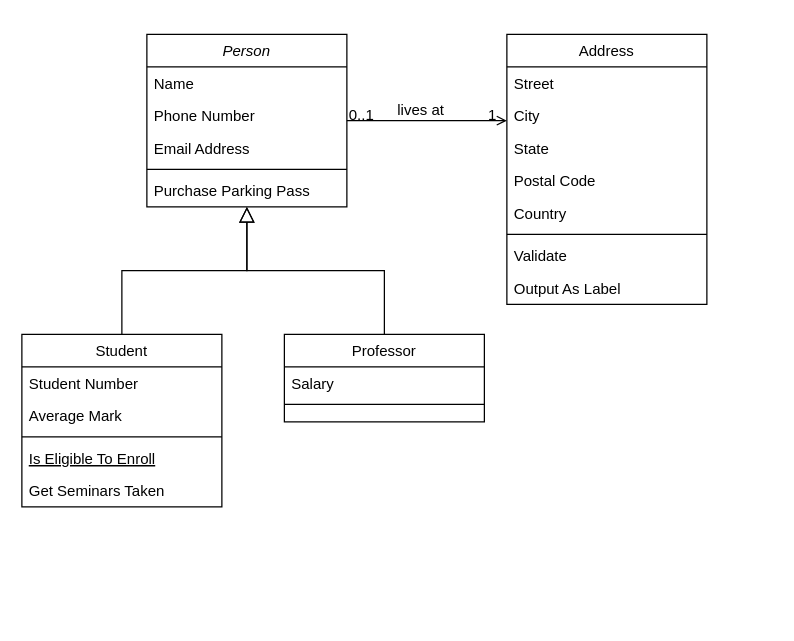
Earlier version of the draw.io diagram employee relational.drawio (Collins07/Employee-data). Source tidied: cells renumbered, new cells numbered last; positions are measured from the earlier drawing's top-left corner, leaving out a move shared by most shapes. Both pictures are drawn from the tidied source at 125%, with x=0, y=0 at pixel (21, 34).
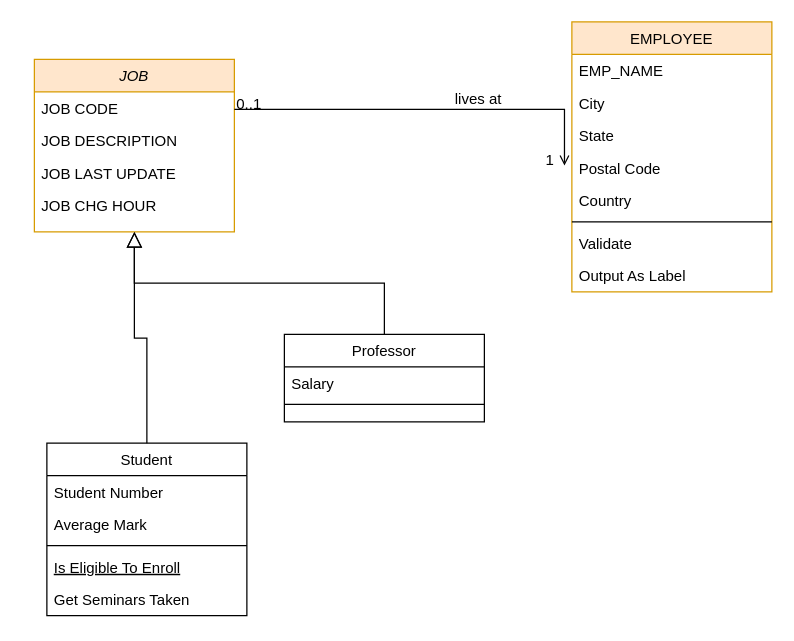
After the change.

Unchanged cells that the change refers to:
```xml
<mxCell id="23" value="Postal Code" style="text;align=left;verticalAlign=top;spacingLeft=4;spacingRight=4;overflow=hidden;points=[[0,0.5],[1,0.5]];portConstraint=eastwest;rounded=0;shadow=0;html=0;" parent="19" vertex="1">
  <mxGeometry y="104" width="160" height="26" as="geometry" />
</mxCell>
```

What changed in the source:
```diff
@@
-    <mxCell id="2" value="Person" style="swimlane;fontStyle=2;align=center;verticalAlign=top;horizontal=1;startSize=26;rounded=0;shadow=0;strokeWidth=1;" parent="1" vertex="1">
-      <mxGeometry x="100" width="160" height="138" as="geometry" />
+    <mxCell id="2" value="JOB" style="swimlane;fontStyle=2;align=center;verticalAlign=top;horizontal=1;startSize=26;rounded=0;shadow=0;strokeWidth=1;fillColor=#ffe6cc;strokeColor=#d79b00;" parent="1" vertex="1">
+      <mxGeometry x="10" y="20" width="160" height="138" as="geometry" />
     </mxCell>
-    <mxCell id="3" value="Name" style="text;align=left;verticalAlign=top;spacingLeft=4;spacingRight=4;overflow=hidden;" parent="2" vertex="1">
-      <mxGeometry y="26" width="160" height="26" as="geometry" />
-    </mxCell>
-    <mxCell id="4" value="Phone Number" style="text;align=left;verticalAlign=top;spacingLeft=4;spacingRight=4;overflow=hidden;rounded=0;shadow=0;html=0;" parent="2" vertex="1">
-      <mxGeometry y="52" width="160" height="26" as="geometry" />
+    <mxCell id="4" value="JOB CODE" style="text;align=left;verticalAlign=top;spacingLeft=4;spacingRight=4;overflow=hidden;rounded=0;shadow=0;html=0;" parent="2" vertex="1">
+      <mxGeometry y="26" width="160" height="26" as="geometry" />
     </mxCell>
-    <mxCell id="5" value="Email Address" style="text;align=left;verticalAlign=top;spacingLeft=4;spacingRight=4;overflow=hidden;rounded=0;shadow=0;html=0;" parent="2" vertex="1">
-      <mxGeometry y="78" width="160" height="26" as="geometry" />
+    <mxCell id="5" value="JOB DESCRIPTION" style="text;align=left;verticalAlign=top;spacingLeft=4;spacingRight=4;overflow=hidden;rounded=0;shadow=0;html=0;" parent="2" vertex="1">
+      <mxGeometry y="52" width="160" height="26" as="geometry" />
     </mxCell>
-    <mxCell id="6" style="line;html=1;strokeWidth=1;align=left;verticalAlign=middle;spacingTop=-1;spacingLeft=3;spacingRight=3;labelPosition=right;" parent="2" vertex="1">
-      <mxGeometry y="104" width="160" height="8" as="geometry" />
-    </mxCell>
+    <mxCell id="32" value="JOB LAST UPDATE" style="text;align=left;verticalAlign=top;spacingLeft=4;spacingRight=4;overflow=hidden;" parent="2" vertex="1">
+      <mxGeometry y="78" width="160" height="26" as="geometry" />
+    </mxCell>
-    <mxCell id="7" value="Purchase Parking Pass" style="text;align=left;verticalAlign=top;spacingLeft=4;spacingRight=4;overflow=hidden;" parent="2" vertex="1">
-      <mxGeometry y="112" width="160" height="26" as="geometry" />
+    <mxCell id="7" value="JOB CHG HOUR" style="text;align=left;verticalAlign=top;spacingLeft=4;spacingRight=4;overflow=hidden;" parent="2" vertex="1">
+      <mxGeometry y="104" width="160" height="26" as="geometry" />
     </mxCell>
     <mxCell id="8" value="Student" style="swimlane;fontStyle=0;align=center;verticalAlign=top;horizontal=1;startSize=26;rounded=0;shadow=0;strokeWidth=1;" parent="1" vertex="1">
-      <mxGeometry y="240" width="160" height="138" as="geometry" />
+      <mxGeometry x="20" y="327" width="160" height="138" as="geometry" />
     </mxCell>
@@
-    <mxCell id="19" value="Address" style="swimlane;fontStyle=0;align=center;verticalAlign=top;horizontal=1;startSize=26;rounded=0;shadow=0;strokeWidth=1;" parent="1" vertex="1">
-      <mxGeometry x="388" width="160" height="216" as="geometry" />
+    <mxCell id="19" value="EMPLOYEE" style="swimlane;fontStyle=0;align=center;verticalAlign=top;horizontal=1;startSize=26;rounded=0;shadow=0;strokeWidth=1;fillColor=#ffe6cc;strokeColor=#d79b00;" parent="1" vertex="1">
+      <mxGeometry x="440" y="-10" width="160" height="216" as="geometry" />
     </mxCell>
-    <mxCell id="20" value="Street" style="text;align=left;verticalAlign=top;spacingLeft=4;spacingRight=4;overflow=hidden;" parent="19" vertex="1">
+    <mxCell id="20" value="EMP_NAME" style="text;align=left;verticalAlign=top;spacingLeft=4;spacingRight=4;overflow=hidden;" parent="19" vertex="1">
       <mxGeometry y="26" width="160" height="26" as="geometry" />
     </mxCell>
@@
-    <mxCell id="28" style="endArrow=open;shadow=0;strokeWidth=1;rounded=0;endFill=1;edgeStyle=elbowEdgeStyle;elbow=vertical;" parent="1" edge="1" source="2" target="19">
+    <mxCell id="28" style="endArrow=open;shadow=0;strokeWidth=1;rounded=0;endFill=1;edgeStyle=elbowEdgeStyle;elbow=vertical;entryX=-0.037;entryY=0.423;entryDx=0;entryDy=0;entryPerimeter=0;" parent="1" edge="1" source="2" target="23">
       <mxGeometry x="0.5" y="41" relative="1" as="geometry">
+        <Array as="points">
+          <mxPoint x="210" y="60" />
+        </Array>
         <mxPoint x="-40" y="32" as="offset" />
       </mxGeometry>
     </mxCell>
```
